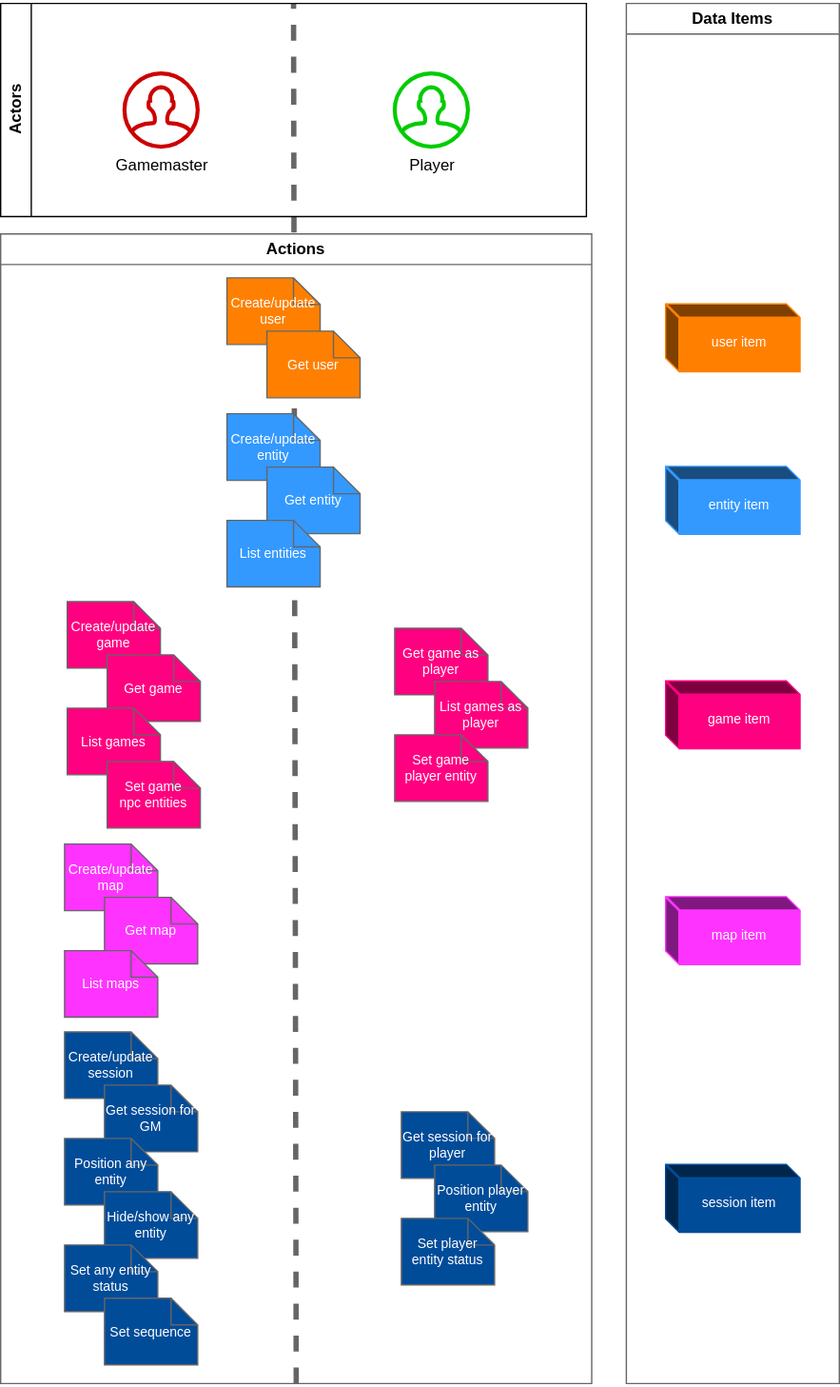
Earlier version of the draw.io export packages/docs/assets/user-actions.drawio.svg (adamfitzpatrick/grid-wolf). Source tidied: cells renumbered, new cells last; positions are measured from the earlier drawing's top-left corner, leaving out a move shared by most shapes.
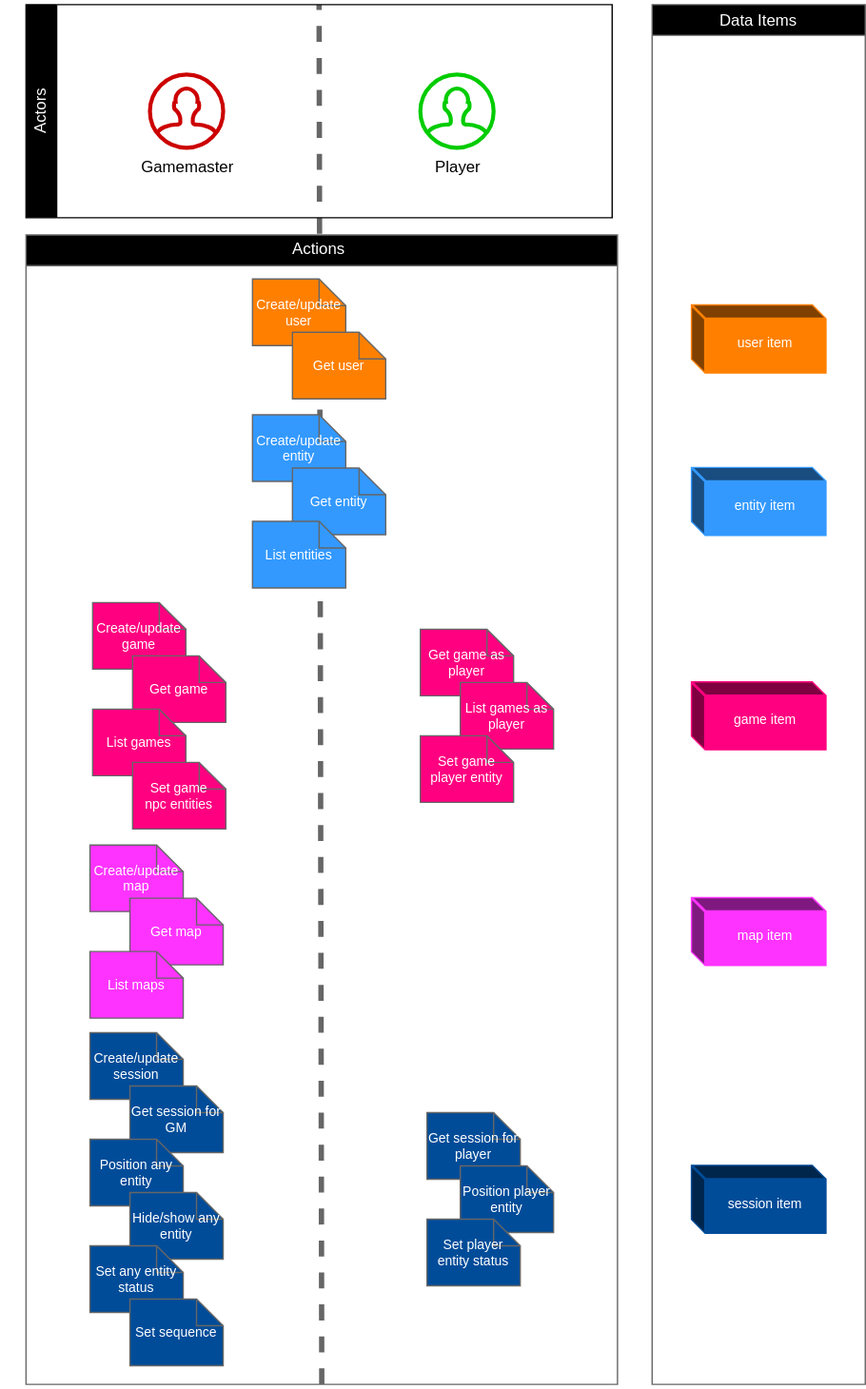
The same diagram one commit later.

Commit message:
Correct color problems in diagrams

Change to the diagram source:
```diff
@@ -5,7 +5,7 @@
     <mxCell id="2" style="endArrow=none;dashed=1;html=1;fontColor=#000000;strokeWidth=4;jumpSize=6;rounded=0;strokeColor=#666666;exitX=0.5;exitY=1;exitDx=0;exitDy=0;entryX=0.5;entryY=0;entryDx=0;entryDy=0;" parent="1" edge="1" source="9" target="43">
       <mxGeometry relative="1" as="geometry" />
     </mxCell>
-    <mxCell id="3" value="Data Items" style="swimlane;whiteSpace=wrap;html=1;strokeColor=#666666;" parent="1" vertex="1">
+    <mxCell id="3" style="swimlane;whiteSpace=wrap;html=1;strokeColor=#666666;fontColor=#ffffff;fillColor=#000000;" parent="1" vertex="1">
       <mxGeometry x="470" width="160" height="1036" as="geometry" />
     </mxCell>
     <mxCell id="4" value="user item" style="shape=cube;whiteSpace=wrap;html=1;boundedLbl=1;backgroundOutline=1;darkOpacity=0.5;darkOpacity2=0.5;strokeColor=#FF8000;strokeWidth=2;fillColor=#FF8000;size=10;spacingBottom=5;fillOpacity=100;fontSize=10;fontColor=#fff;" parent="3" vertex="1">
@@ -23,11 +23,14 @@
     <mxCell id="8" value="entity item" style="shape=cube;whiteSpace=wrap;html=1;boundedLbl=1;backgroundOutline=1;darkOpacity=0.5;darkOpacity2=0.5;strokeColor=#3399FF;strokeWidth=2;fillColor=#3399FF;size=10;spacingBottom=5;fillOpacity=100;fontSize=10;fontColor=#fff;" parent="3" vertex="1">
       <mxGeometry x="30" y="348" width="100" height="50" as="geometry" />
     </mxCell>
+    <mxCell id="46" value="Data Items" style="text;html=1;strokeColor=none;fillColor=none;align=center;verticalAlign=middle;whiteSpace=wrap;rounded=0;fontColor=#FFFFFF;" parent="3" vertex="1">
+      <mxGeometry x="36" y="-3" width="88" height="30" as="geometry" />
+    </mxCell>
-    <mxCell id="9" value="Actions" style="swimlane;whiteSpace=wrap;html=1;strokeColor=#666666;fillColor=default;" parent="1" vertex="1">
+    <mxCell id="9" style="swimlane;whiteSpace=wrap;html=1;strokeColor=#666666;fillColor=#000000;" parent="1" vertex="1">
       <mxGeometry y="173" width="444" height="863" as="geometry" />
     </mxCell>
     <mxCell id="10" style="group;opacity=70;" parent="9" vertex="1">
-      <mxGeometry x="170" y="33" width="100" height="90" as="geometry" />
+      <mxGeometry x="170" y="33" width="104" height="90" as="geometry" />
     </mxCell>
     <mxCell id="11" value="Create/update user" style="shape=note;size=20;whiteSpace=wrap;html=1;fillColor=#FF8000;strokeColor=#666666;fontColor=#ffffff;fontSize=10;" parent="10" vertex="1">
       <mxGeometry width="70" height="50" as="geometry" />
@@ -125,7 +128,10 @@
     <mxCell id="42" value="Set player entity status" style="shape=note;size=20;whiteSpace=wrap;html=1;fillColor=#004C99;strokeColor=#666666;fontColor=#ffffff;fontSize=10;" parent="39" vertex="1">
       <mxGeometry y="80" width="70" height="50" as="geometry" />
     </mxCell>
+    <mxCell id="47" value="Actions" style="text;html=1;strokeColor=none;fillColor=none;align=center;verticalAlign=middle;whiteSpace=wrap;rounded=0;fontColor=#FFFFFF;" parent="9" vertex="1">
+      <mxGeometry x="190" y="-4" width="60" height="30" as="geometry" />
+    </mxCell>
-    <mxCell id="43" value="Actors" style="swimlane;horizontal=0;whiteSpace=wrap;html=1;strokeColor=#000000;" parent="1" vertex="1">
+    <mxCell id="43" style="swimlane;horizontal=0;whiteSpace=wrap;html=1;strokeColor=#000000;fillColor=#000000;" parent="1" vertex="1">
       <mxGeometry width="440" height="160" as="geometry" />
     </mxCell>
     <mxCell id="44" value="Player" style="html=1;verticalLabelPosition=bottom;align=center;labelBackgroundColor=#ffffff;verticalAlign=top;strokeWidth=3;strokeColor=#00CC00;shadow=0;dashed=0;shape=mxgraph.ios7.icons.user;sketch=0;fontColor=#000000;fillColor=none;" parent="43" vertex="1">
@@ -134,5 +140,8 @@
     <mxCell id="45" value="Gamemaster" style="html=1;verticalLabelPosition=bottom;align=center;labelBackgroundColor=#ffffff;verticalAlign=top;strokeWidth=3;strokeColor=#CC0000;shadow=0;dashed=0;shape=mxgraph.ios7.icons.user;sketch=0;fontColor=#000000;fillColor=none;" parent="43" vertex="1">
       <mxGeometry x="93" y="52.5" width="55" height="55" as="geometry" />
     </mxCell>
+    <mxCell id="48" value="Actors" style="text;html=1;strokeColor=none;fillColor=none;align=center;verticalAlign=middle;whiteSpace=wrap;rounded=0;horizontal=0;fontColor=#FFFFFF;" parent="43" vertex="1">
+      <mxGeometry x="-19" y="65" width="60" height="30" as="geometry" />
+    </mxCell>
   </root>
 </mxGraphModel>
```
